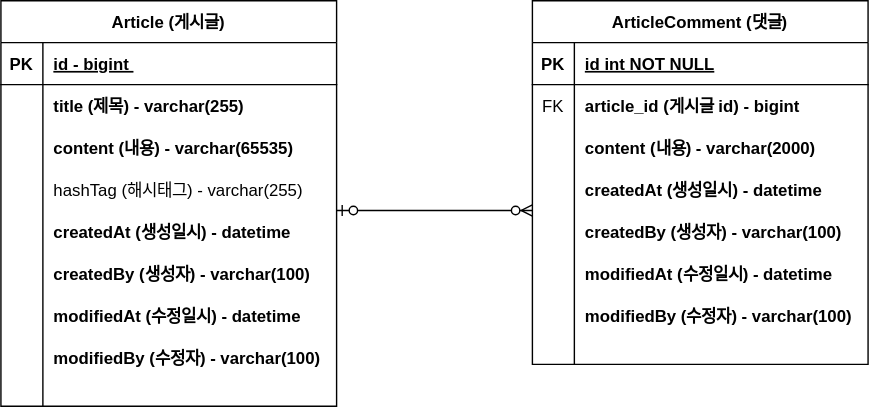
The draw.io diagram document/project-board-erd.svg in Kim-Soon-Ki/fastcampus-project-board, before a commit. Source tidied: cells renumbered, new cells last; positions are measured from the earlier drawing's top-left corner, leaving out a move shared by most shapes.
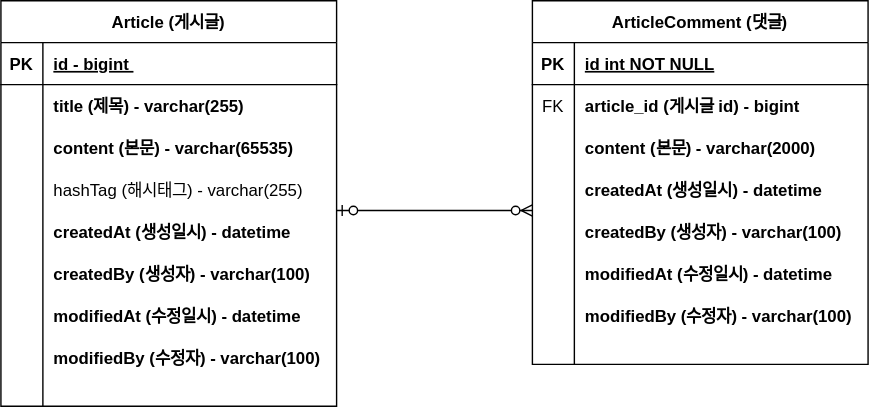
After the change.

Commit message:
#8 - ERD 주석 업데이트: project-board-erd.svg

The edit, as a diff of the source:
```diff
@@ -29,7 +29,7 @@
     <mxCell id="10" style="shape=partialRectangle;overflow=hidden;fillColor=none;top=0;left=0;bottom=0;right=0;" parent="9" vertex="1">
       <mxGeometry width="30" height="30" as="geometry" />
     </mxCell>
-    <mxCell id="11" value="content (내용) - varchar(65535)" style="shape=partialRectangle;overflow=hidden;fillColor=none;top=0;left=0;bottom=0;right=0;align=left;spacingLeft=6;fontStyle=1;" parent="9" vertex="1">
+    <mxCell id="11" value="content (본문) - varchar(65535)" style="shape=partialRectangle;overflow=hidden;fillColor=none;top=0;left=0;bottom=0;right=0;align=left;spacingLeft=6;fontStyle=1;" parent="9" vertex="1">
       <mxGeometry x="30" width="210" height="30" as="geometry" />
     </mxCell>
     <mxCell id="12" style="shape=partialRectangle;fillColor=none;points=[[0,0.5],[1,0.5]];portConstraint=eastwest;top=0;left=0;right=0;bottom=0;" parent="2" vertex="1">
@@ -116,7 +116,7 @@
     <mxCell id="39" style="shape=partialRectangle;overflow=hidden;fillColor=none;top=0;left=0;bottom=0;right=0;" parent="38" vertex="1">
       <mxGeometry width="30" height="30" as="geometry" />
     </mxCell>
-    <mxCell id="40" value="content (내용) - varchar(2000)" style="shape=partialRectangle;overflow=hidden;fillColor=none;top=0;left=0;bottom=0;right=0;align=left;spacingLeft=6;fontStyle=1;" parent="38" vertex="1">
+    <mxCell id="40" value="content (본문) - varchar(2000)" style="shape=partialRectangle;overflow=hidden;fillColor=none;top=0;left=0;bottom=0;right=0;align=left;spacingLeft=6;fontStyle=1;" parent="38" vertex="1">
       <mxGeometry x="30" width="210" height="30" as="geometry" />
     </mxCell>
     <mxCell id="41" style="shape=partialRectangle;fillColor=none;top=0;left=0;right=0;bottom=0;" parent="31" vertex="1">
```
